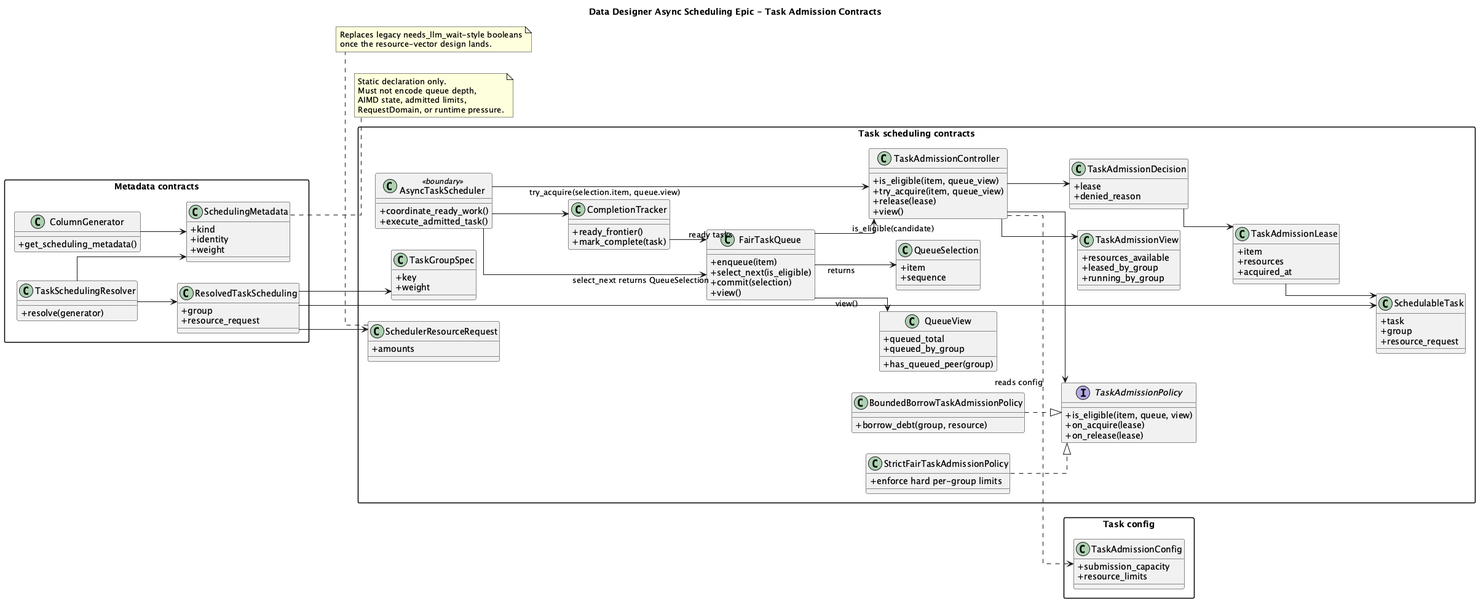
Before: plans/645/AsyncSchedulingTaskAdmissionClassModel.png, a diagram exported from PlantUML (NVIDIA-NeMo/DataDesigner).
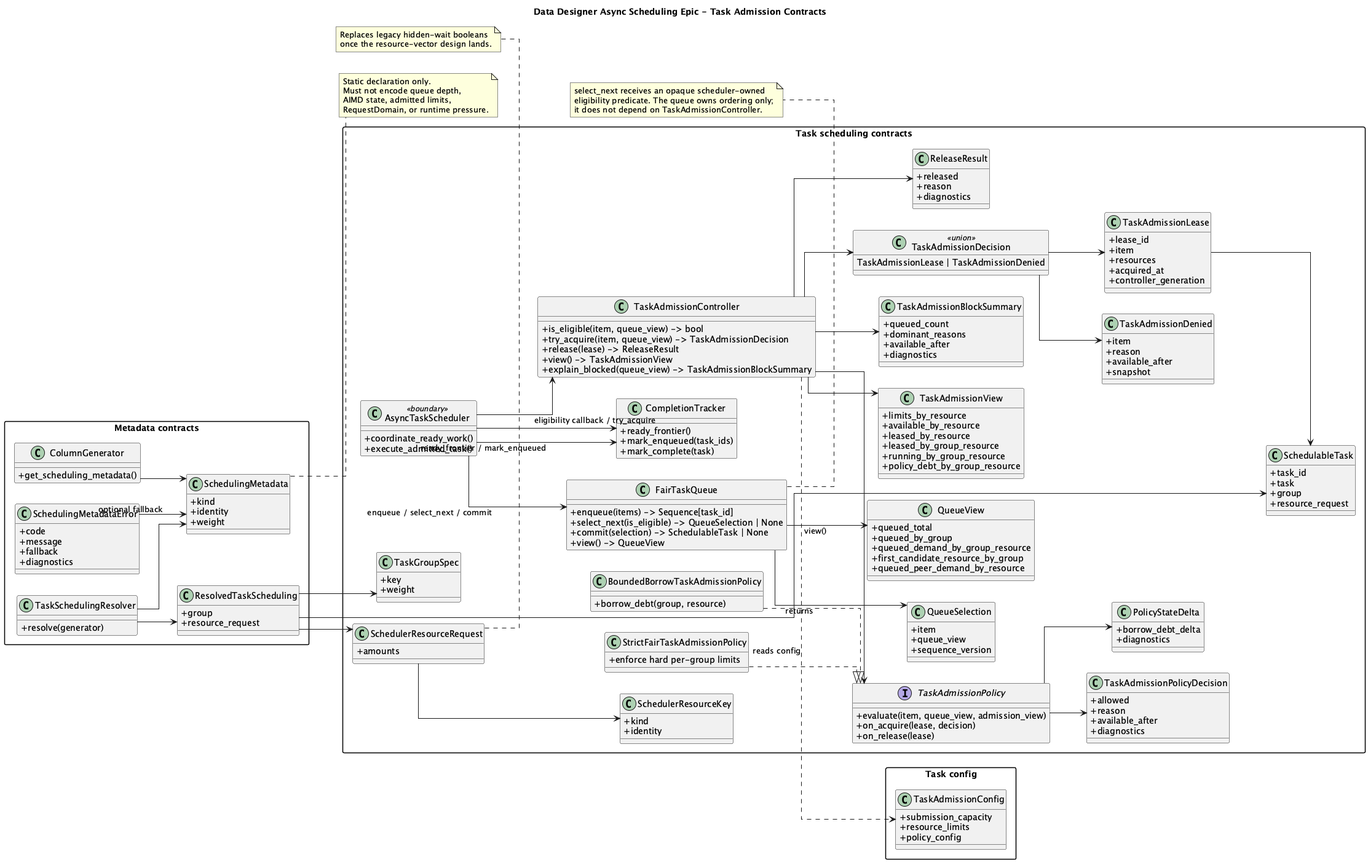
Above is the later version.

Diff of the diagram source:
```diff
@@ -18,6 +18,13 @@
     +weight
   }
 
+  class SchedulingMetadataError {
+    +code
+    +message
+    +fallback
+    +diagnostics
+  }
+
   class TaskSchedulingResolver {
     +resolve(generator)
   }
@@ -31,6 +38,7 @@
 package "Task scheduling contracts" {
   class CompletionTracker {
     +ready_frontier()
+    +mark_enqueued(task_ids)
     +mark_complete(task)
   }
 
@@ -43,34 +51,55 @@
     +amounts
   }
 
+  class SchedulerResourceKey {
+    +kind
+    +identity
+  }
+
   class SchedulableTask {
+    +task_id
     +task
     +group
     +resource_request
   }
 
   class FairTaskQueue {
-    +enqueue(item)
-    +select_next(is_eligible)
-    +commit(selection)
-    +view()
+    +enqueue(items) -> Sequence[task_id]
+    +select_next(is_eligible) -> QueueSelection | None
+    +commit(selection) -> SchedulableTask | None
+    +view() -> QueueView
   }
 
   class QueueSelection {
     +item
-    +sequence
+    +queue_view
+    +sequence_version
   }
 
   class QueueView {
     +queued_total
     +queued_by_group
-    +has_queued_peer(group)
+    +queued_demand_by_group_resource
+    +first_candidate_resource_by_group
+    +queued_peer_demand_by_resource
   }
 
   interface TaskAdmissionPolicy {
-    +is_eligible(item, queue, view)
-    +on_acquire(lease)
+    +evaluate(item, queue_view, admission_view)
+    +on_acquire(lease, decision)
     +on_release(lease)
+  }
+
+  class TaskAdmissionPolicyDecision {
+    +allowed
+    +reason
+    +available_after
+    +diagnostics
+  }
+
+  class PolicyStateDelta {
+    +borrow_debt_delta
+    +diagnostics
   }
 
   class StrictFairTaskAdmissionPolicy {
@@ -82,27 +111,52 @@
   }
 
   class TaskAdmissionController {
-    +is_eligible(item, queue_view)
-    +try_acquire(item, queue_view)
-    +release(lease)
-    +view()
+    +is_eligible(item, queue_view) -> bool
+    +try_acquire(item, queue_view) -> TaskAdmissionDecision
+    +release(lease) -> ReleaseResult
+    +view() -> TaskAdmissionView
+    +explain_blocked(queue_view) -> TaskAdmissionBlockSummary
   }
 
   class TaskAdmissionView {
-    +resources_available
-    +leased_by_group
-    +running_by_group
+    +limits_by_resource
+    +available_by_resource
+    +leased_by_resource
+    +leased_by_group_resource
+    +running_by_group_resource
+    +policy_debt_by_group_resource
   }
 
-  class TaskAdmissionDecision {
-    +lease
-    +denied_reason
+  class TaskAdmissionBlockSummary {
+    +queued_count
+    +dominant_reasons
+    +available_after
+    +diagnostics
+  }
+
+  class TaskAdmissionDecision <<union>> {
+    TaskAdmissionLease | TaskAdmissionDenied
+  }
+
+  class TaskAdmissionDenied {
+    +item
+    +reason
+    +available_after
+    +snapshot
   }
 
   class TaskAdmissionLease {
+    +lease_id
     +item
     +resources
     +acquired_at
+    +controller_generation
+  }
+
+  class ReleaseResult {
+    +released
+    +reason
+    +diagnostics
   }
 
   class AsyncTaskScheduler <<boundary>> {
@@ -115,29 +169,36 @@
   class TaskAdmissionConfig {
     +submission_capacity
     +resource_limits
+    +policy_config
   }
 }
 
 ColumnGenerator --> SchedulingMetadata
+SchedulingMetadataError --> SchedulingMetadata : optional fallback
 TaskSchedulingResolver --> SchedulingMetadata
 TaskSchedulingResolver --> ResolvedTaskScheduling
 ResolvedTaskScheduling --> TaskGroupSpec
 ResolvedTaskScheduling --> SchedulerResourceRequest
+SchedulerResourceRequest --> SchedulerResourceKey
 ResolvedTaskScheduling --> SchedulableTask
-CompletionTracker --> FairTaskQueue : ready tasks
+AsyncTaskScheduler --> CompletionTracker : ready_frontier / mark_enqueued
 FairTaskQueue --> QueueSelection : returns
 FairTaskQueue --> QueueView : view()
-FairTaskQueue --> TaskAdmissionController : is_eligible(candidate)
 TaskAdmissionController --> TaskAdmissionPolicy
+TaskAdmissionPolicy --> TaskAdmissionPolicyDecision
+TaskAdmissionPolicy --> PolicyStateDelta
+TaskAdmissionController --> TaskAdmissionBlockSummary
 StrictFairTaskAdmissionPolicy ..|> TaskAdmissionPolicy
 BoundedBorrowTaskAdmissionPolicy ..|> TaskAdmissionPolicy
 TaskAdmissionController --> TaskAdmissionView
 TaskAdmissionController --> TaskAdmissionDecision
+TaskAdmissionController --> ReleaseResult
 TaskAdmissionDecision --> TaskAdmissionLease
+TaskAdmissionDecision --> TaskAdmissionDenied
 TaskAdmissionLease --> SchedulableTask
 AsyncTaskScheduler --> CompletionTracker
-AsyncTaskScheduler --> FairTaskQueue : select_next returns QueueSelection
-AsyncTaskScheduler --> TaskAdmissionController : try_acquire(selection.item, queue.view)
+AsyncTaskScheduler --> FairTaskQueue : enqueue / select_next / commit
+AsyncTaskScheduler --> TaskAdmissionController : eligibility callback / try_acquire
 TaskAdmissionController ..> TaskAdmissionConfig : reads config
 
 note right of SchedulingMetadata
@@ -148,8 +209,14 @@
 end note
 
 note bottom of SchedulerResourceRequest
-  Replaces legacy needs_llm_wait-style booleans
+  Replaces legacy hidden-wait booleans
   once the resource-vector design lands.
 end note
 
+note bottom of FairTaskQueue
+  select_next receives an opaque scheduler-owned
+  eligibility predicate. The queue owns ordering only;
+  it does not depend on TaskAdmissionController.
+end note
+
 @enduml
```
